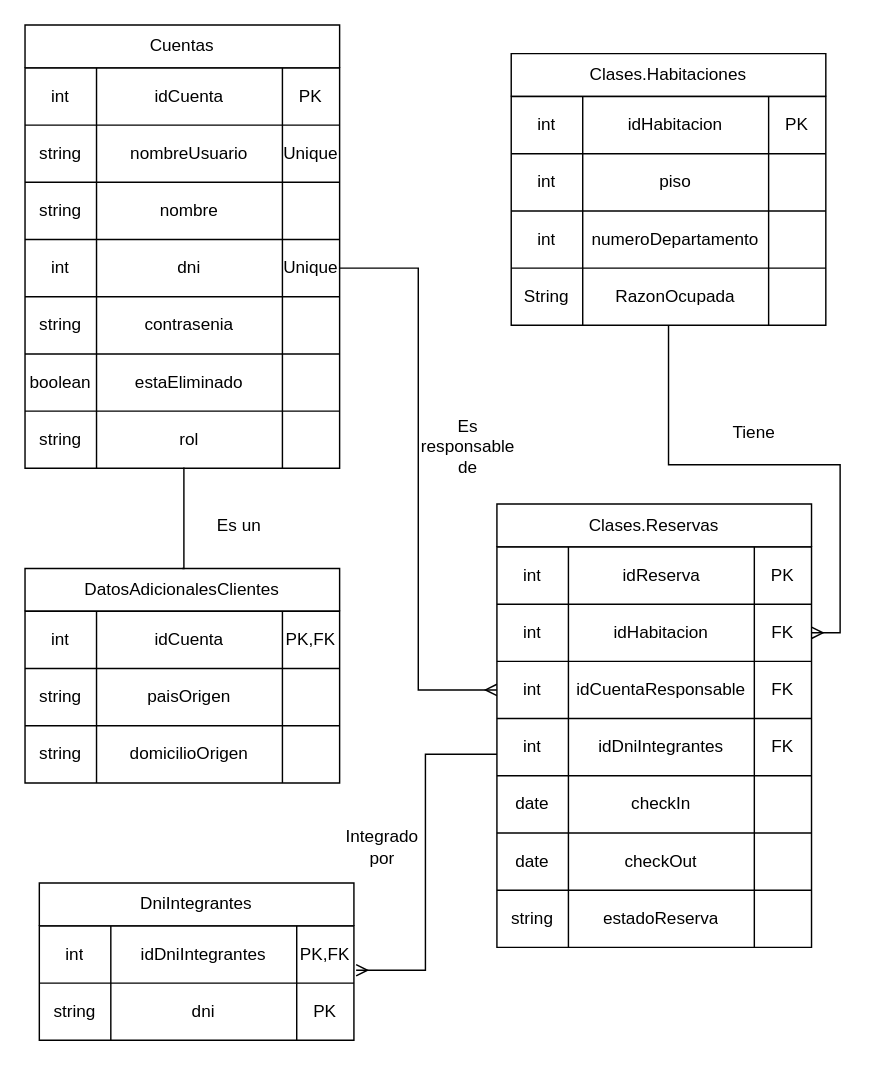
Above: HOTEL DER.drawio in Lucas-Lanari/TPfinalSistemaDeHotel (draw.io), before the change. Source tidied: cells renumbered, new cells numbered last; positions are measured from the earlier drawing's top-left corner, leaving out a move shared by most shapes. Both pictures are drawn from the tidied source at 143%, with x=0, y=0 at pixel (24, 24).
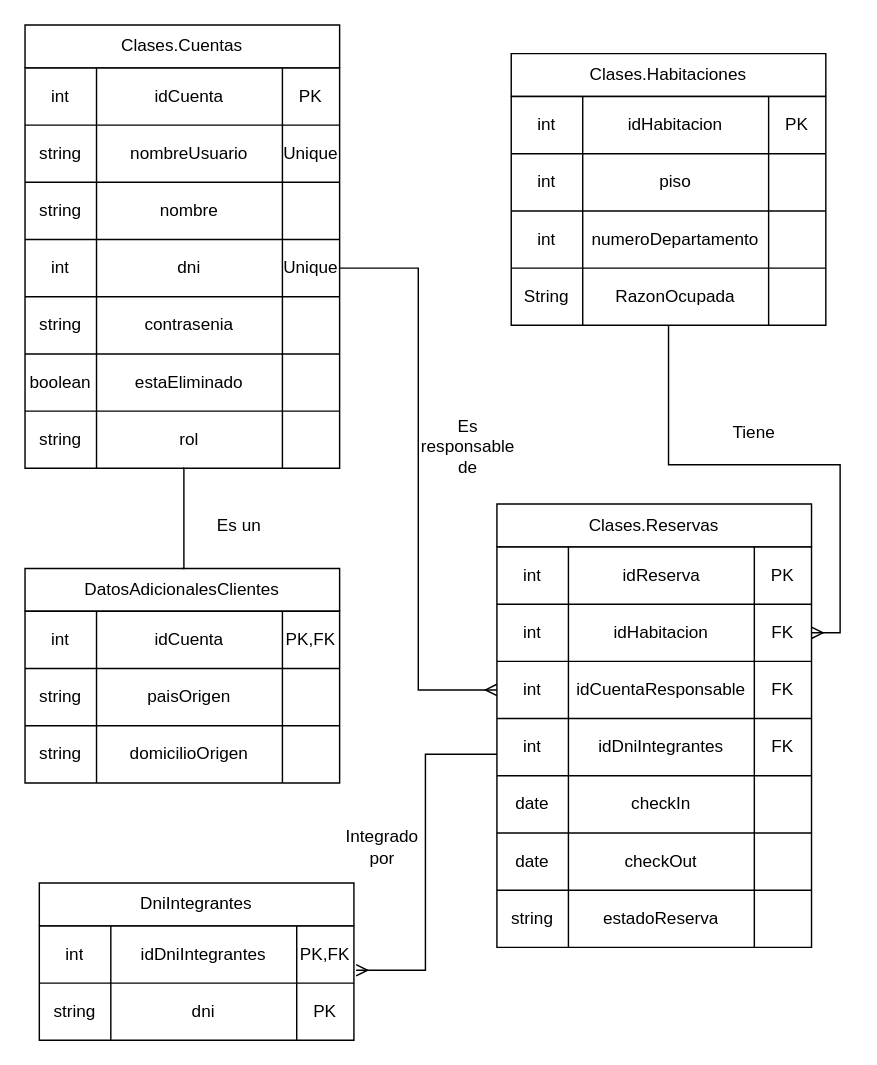
The same diagram, later.

What changed in the source:
```diff
@@
-    <mxCell id="2" value="Cuentas" style="swimlane;fontStyle=0;horizontal=1;startSize=30;whiteSpace=wrap;html=1;" parent="1" vertex="1">
+    <mxCell id="2" value="Clases.Cuentas" style="swimlane;fontStyle=0;horizontal=1;startSize=30;whiteSpace=wrap;html=1;" parent="1" vertex="1">
       <mxGeometry width="220" height="30" as="geometry" />
     </mxCell>
```
